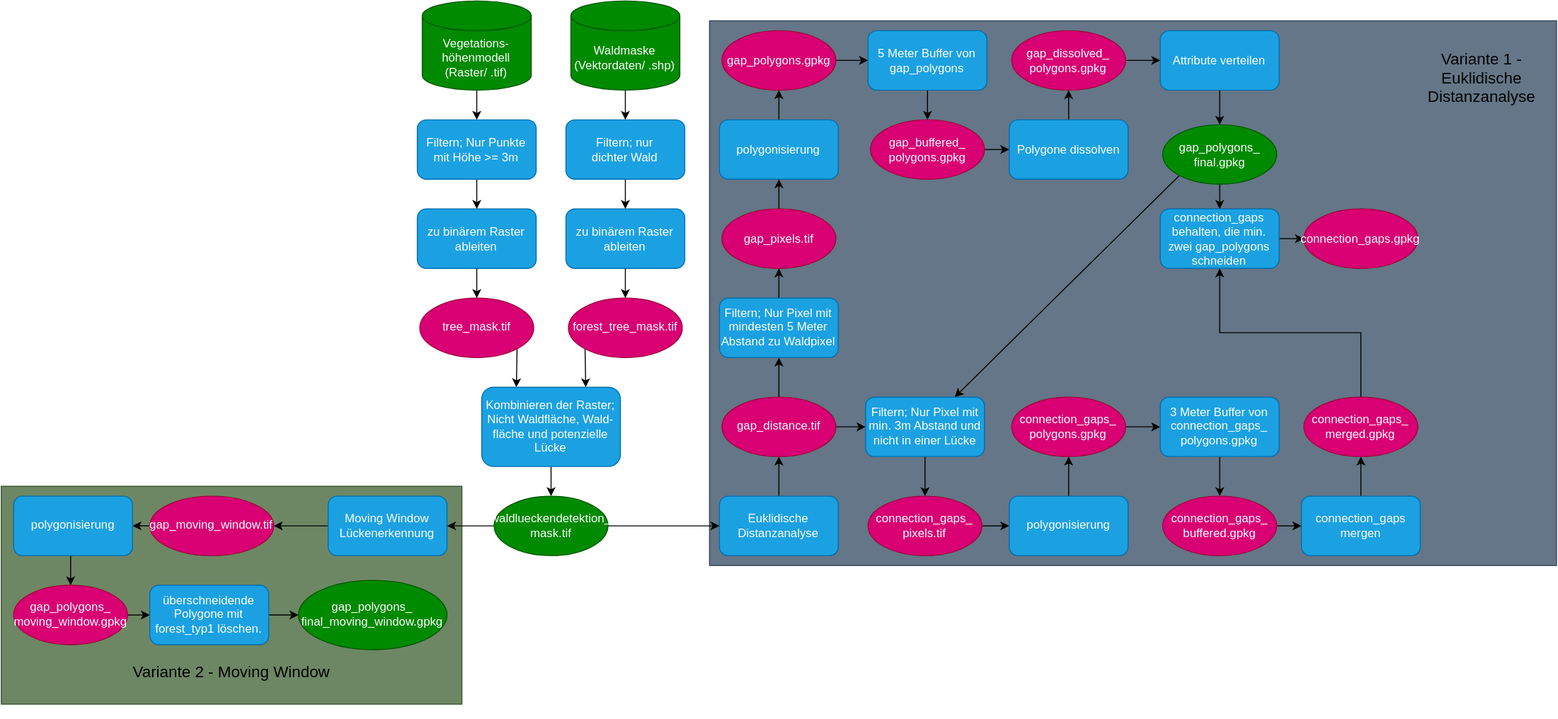
Earlier version of the draw.io export Lueckendetektion.drawio.svg (liobio72/Lueckendetektion). Source tidied: cells renumbered, new cells last; positions are measured from the earlier drawing's top-left corner, leaving out a move shared by most shapes.
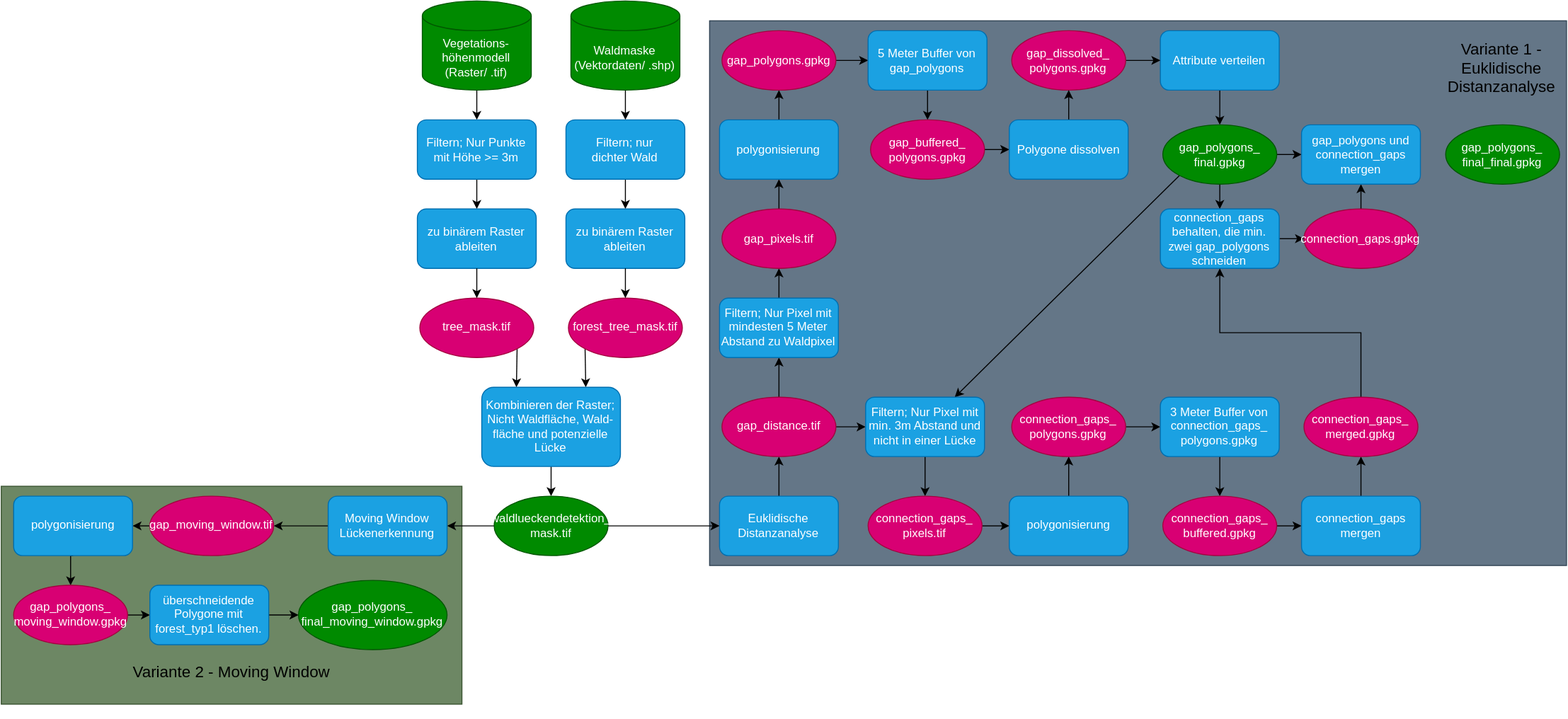
Later version of the same file.

The edit, as a diff of the source:
```diff
@@ -6,7 +6,7 @@
       <mxGeometry y="490" width="465" height="220" as="geometry" />
     </mxCell>
     <mxCell id="3" style="rounded=0;whiteSpace=wrap;html=1;fillColor=#647687;strokeColor=#314354;fontColor=#ffffff;" parent="1" vertex="1">
-      <mxGeometry x="715" y="20" width="855" height="550" as="geometry" />
+      <mxGeometry x="715" y="20" width="865" height="550" as="geometry" />
     </mxCell>
     <mxCell id="4" style="edgeStyle=orthogonalEdgeStyle;rounded=0;jettySize=auto;html=1;exitX=0.5;exitY=1;exitDx=0;exitDy=0;exitPerimeter=0;entryX=0.5;entryY=0;entryDx=0;entryDy=0;" parent="1" edge="1" source="5" target="13">
       <mxGeometry relative="1" as="geometry" />
@@ -146,11 +146,14 @@
     <mxCell id="49" style="rounded=0;jettySize=auto;html=1;exitX=0;exitY=1;exitDx=0;exitDy=0;entryX=0.75;entryY=0;entryDx=0;entryDy=0;" parent="1" edge="1" source="50" target="65">
       <mxGeometry relative="1" as="geometry" />
     </mxCell>
+    <mxCell id="83" style="edgeStyle=orthogonalEdgeStyle;rounded=0;jettySize=auto;html=1;exitX=1;exitY=0.5;exitDx=0;exitDy=0;entryX=0;entryY=0.5;entryDx=0;entryDy=0;" parent="1" edge="1" source="50" target="85">
+      <mxGeometry relative="1" as="geometry" />
+    </mxCell>
     <mxCell id="50" value="gap_polygons_&lt;div&gt;final&lt;span style=&quot;background-color: transparent; color: light-dark(rgb(255, 255, 255), rgb(18, 18, 18));&quot;&gt;.gpkg&lt;/span&gt;&lt;/div&gt;" style="ellipse;whiteSpace=wrap;html=1;fillColor=#008a00;fontColor=#ffffff;strokeColor=#005700;" parent="1" vertex="1">
       <mxGeometry x="1172.5" y="125" width="115" height="60" as="geometry" />
     </mxCell>
     <mxCell id="51" value="&lt;font style=&quot;font-size: 16px;&quot;&gt;Variante 1 - Euklidische Distanzanalyse&lt;/font&gt;" style="text;html=1;whiteSpace=wrap;strokeColor=none;fillColor=none;align=center;verticalAlign=middle;rounded=0;" parent="1" vertex="1">
-      <mxGeometry x="1430" y="30" width="130" height="95" as="geometry" />
+      <mxGeometry x="1450" y="20" width="130" height="95" as="geometry" />
     </mxCell>
     <mxCell id="52" style="edgeStyle=orthogonalEdgeStyle;rounded=0;jettySize=auto;html=1;exitX=0;exitY=0.5;exitDx=0;exitDy=0;entryX=1;entryY=0.5;entryDx=0;entryDy=0;" parent="1" edge="1" source="53" target="55">
       <mxGeometry relative="1" as="geometry" />
@@ -230,6 +233,9 @@
     <mxCell id="77" value="connection_gaps behalten, die min. zwei gap_polygons schneiden" style="rounded=1;whiteSpace=wrap;html=1;fillColor=#1ba1e2;fontColor=#ffffff;strokeColor=#006EAF;" parent="1" vertex="1">
       <mxGeometry x="1170" y="210" width="120" height="60" as="geometry" />
     </mxCell>
+    <mxCell id="84" style="edgeStyle=orthogonalEdgeStyle;rounded=0;jettySize=auto;html=1;exitX=0.5;exitY=0;exitDx=0;exitDy=0;entryX=0.5;entryY=1;entryDx=0;entryDy=0;" parent="1" edge="1" source="78" target="85">
+      <mxGeometry relative="1" as="geometry" />
+    </mxCell>
     <mxCell id="78" value="&lt;div&gt;connection_gaps&lt;span style=&quot;background-color: transparent; color: light-dark(rgb(255, 255, 255), rgb(18, 18, 18));&quot;&gt;.gpkg&lt;/span&gt;&lt;/div&gt;" style="ellipse;whiteSpace=wrap;html=1;fillColor=#d80073;fontColor=#ffffff;strokeColor=#A50040;" parent="1" vertex="1">
       <mxGeometry x="1315" y="210" width="115" height="60" as="geometry" />
     </mxCell>
@@ -245,5 +251,11 @@
     <mxCell id="82" value="connection_gaps_&lt;div&gt;&lt;span style=&quot;background-color: transparent; color: light-dark(rgb(255, 255, 255), rgb(18, 18, 18));&quot;&gt;merged.gpkg&lt;/span&gt;&lt;/div&gt;" style="ellipse;whiteSpace=wrap;html=1;fillColor=#d80073;fontColor=#ffffff;strokeColor=#A50040;" parent="1" vertex="1">
       <mxGeometry x="1315" y="400" width="115" height="60" as="geometry" />
     </mxCell>
+    <mxCell id="85" value="gap_polygons und connection_gaps mergen" style="rounded=1;whiteSpace=wrap;html=1;fillColor=#1ba1e2;fontColor=#ffffff;strokeColor=#006EAF;" parent="1" vertex="1">
+      <mxGeometry x="1312.5" y="125" width="120" height="60" as="geometry" />
+    </mxCell>
+    <mxCell id="86" value="gap_polygons_&lt;div&gt;final_final&lt;span style=&quot;background-color: transparent; color: light-dark(rgb(255, 255, 255), rgb(18, 18, 18));&quot;&gt;.gpkg&lt;/span&gt;&lt;/div&gt;" style="ellipse;whiteSpace=wrap;html=1;fillColor=#008a00;fontColor=#ffffff;strokeColor=#005700;" parent="1" vertex="1">
+      <mxGeometry x="1458" y="125" width="115" height="60" as="geometry" />
+    </mxCell>
   </root>
 </mxGraphModel>
```
